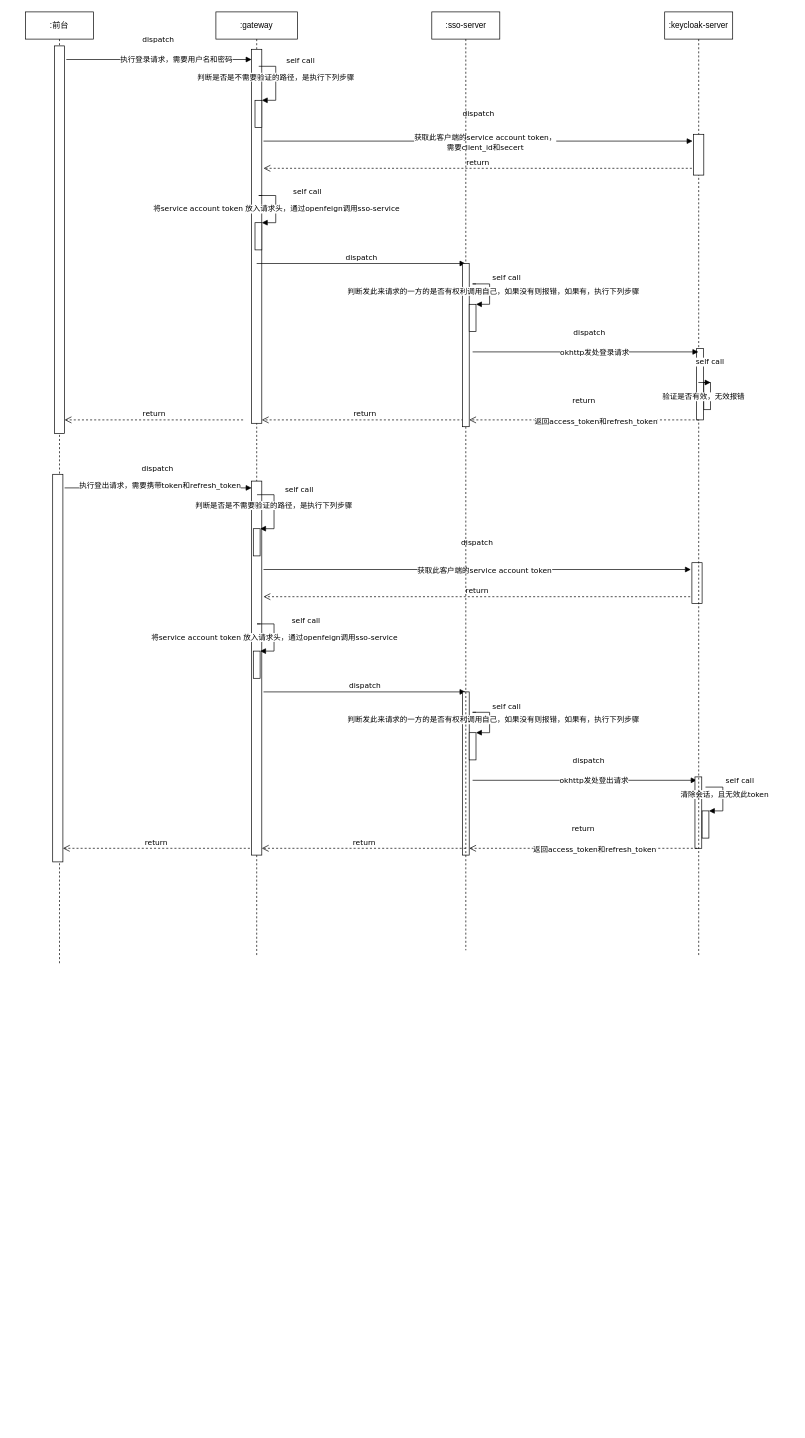
Above: auth-micro/1. 登录和登出接口.drawio in wanlinMa-163/uml (draw.io), before the change. Source tidied: cells renumbered, new cells numbered last; positions are measured from the earlier drawing's top-left corner, leaving out a move shared by most shapes. Both pictures are drawn from the tidied source at 68%, with x=0, y=0 at pixel (25, 12).
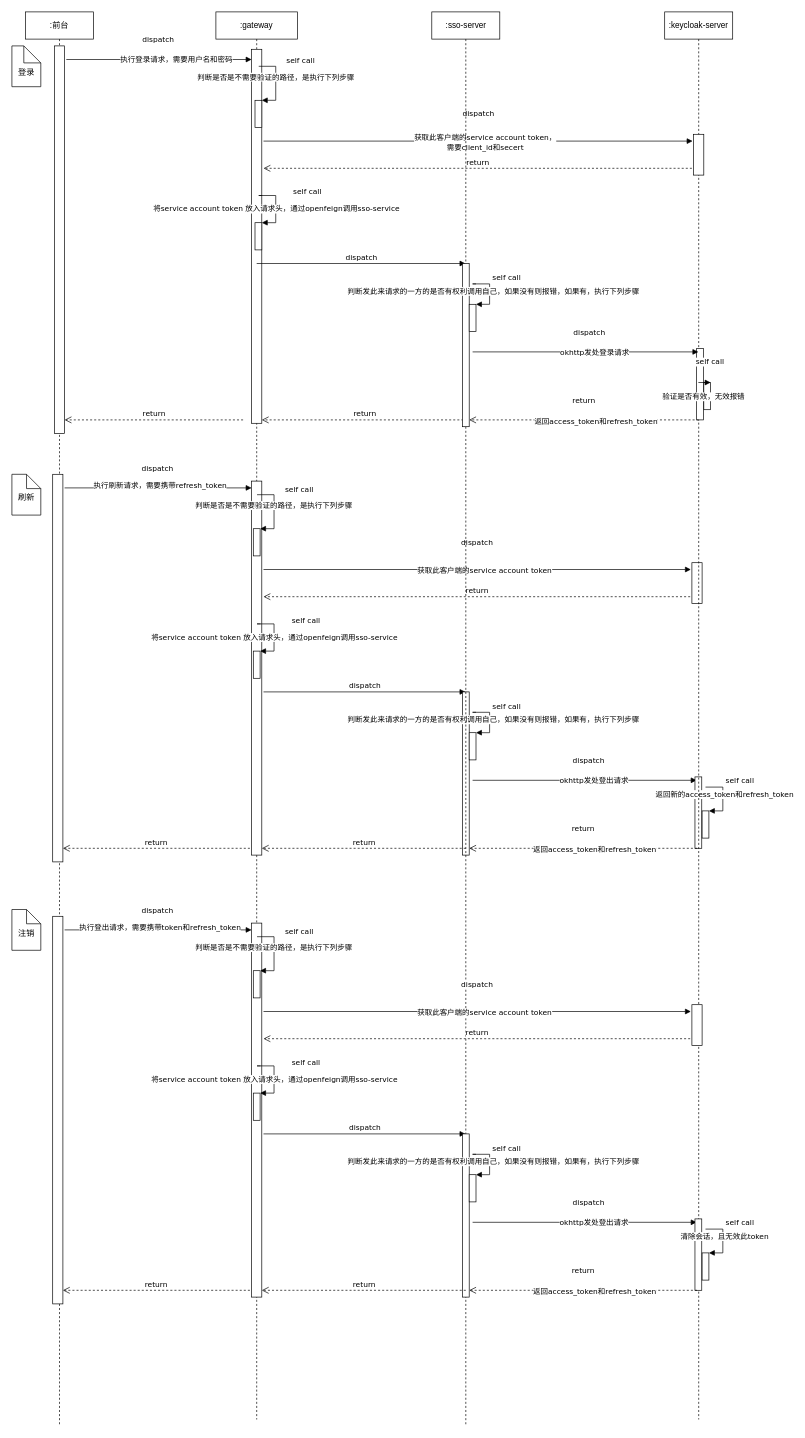
After the change.

Commit message (it also covers changes not shown here):
Update 1. 登录和登出接口.drawio

The change refers to these unchanged cells:
```xml
<mxCell id="17" value="dispatch" style="html=1;verticalAlign=bottom;endArrow=block;fontFamily=Verdana;" parent="6" edge="1" target="20">
  <mxGeometry x="-0.01" y="20" relative="1" as="geometry">
    <mxPoint x="-222.5" y="700" as="sourcePoint" />
  </mxGeometry>
</mxCell>
<mxCell id="39" value="self call" style="edgeStyle=orthogonalEdgeStyle;html=1;align=left;spacingLeft=2;endArrow=block;rounded=0;entryX=1;entryY=0;fontFamily=Verdana;" parent="6" edge="1" target="38">
  <mxGeometry x="-0.23" y="15" relative="1" as="geometry">
    <mxPoint x="720" y="1140" as="sourcePoint" />
    <Array as="points">
      <mxPoint x="745.5" y="1140" />
      <mxPoint x="745.5" y="1175" />
    </Array>
    <mxPoint x="-15" y="-15" as="offset" />
  </mxGeometry>
</mxCell>
```

What changed in the source:
```diff
@@
     <mxCell id="2" value=":前台" style="shape=umlLifeline;perimeter=lifelinePerimeter;whiteSpace=wrap;html=1;" parent="1" vertex="1">
-      <mxGeometry width="100" height="1400" as="geometry" />
+      <mxGeometry width="100" height="2080" as="geometry" />
     </mxCell>
@@
     <mxCell id="6" value=":gateway" style="shape=umlLifeline;perimeter=lifelinePerimeter;whiteSpace=wrap;html=1;" parent="1" vertex="1">
-      <mxGeometry x="280" width="120" height="1390" as="geometry" />
+      <mxGeometry x="280" width="120" height="2070" as="geometry" />
     </mxCell>
@@
-    <mxCell id="18" value="执行登出请求，需要携带token和refresh_token" style="edgeLabel;html=1;align=center;verticalAlign=middle;fontFamily=Verdana;" parent="17" vertex="1">
+    <mxCell id="18" value="执行刷新请求，需要携带refresh_token" style="edgeLabel;html=1;align=center;verticalAlign=middle;fontFamily=Verdana;" parent="17" vertex="1">
       <mxGeometry x="0.18" y="1" relative="1" as="geometry">
         <mxPoint x="-22.5" y="-4" as="offset" />
       </mxGeometry>
     </mxCell>
@@
-    <mxCell id="40" value="清除会话，且无效此token" style="edgeLabel;html=1;align=center;verticalAlign=middle;fontFamily=Verdana;" parent="39" vertex="1">
+    <mxCell id="40" value="返回新的access_token和refresh_token" style="edgeLabel;html=1;align=center;verticalAlign=middle;fontFamily=Verdana;" parent="39" vertex="1">
       <mxGeometry x="-0.22" y="2" relative="1" as="geometry">
         <mxPoint y="3.5" as="offset" />
       </mxGeometry>
     </mxCell>
@@
     <mxCell id="46" value=":keycloak-server" style="shape=umlLifeline;perimeter=lifelinePerimeter;whiteSpace=wrap;html=1;outlineConnect=0;" parent="1" vertex="1">
-      <mxGeometry x="940" width="100" height="1390" as="geometry" />
+      <mxGeometry x="940" width="100" height="2070" as="geometry" />
     </mxCell>
@@
     <mxCell id="57" value=":sso-server" style="shape=umlLifeline;perimeter=lifelinePerimeter;whiteSpace=wrap;html=1;outlineConnect=0;" parent="1" vertex="1">
-      <mxGeometry x="597.5" width="100" height="1380" as="geometry" />
+      <mxGeometry x="597.5" width="100" height="2080" as="geometry" />
     </mxCell>
@@
+    <mxCell id="64" value="dispatch" style="html=1;verticalAlign=bottom;endArrow=block;fontFamily=Verdana;" parent="1" edge="1" target="67">
+      <mxGeometry x="-0.01" y="20" relative="1" as="geometry">
+        <mxPoint x="57.5" y="1350" as="sourcePoint" />
+      </mxGeometry>
+    </mxCell>
+    <mxCell id="65" value="执行登出请求，需要携带token和refresh_token" style="edgeLabel;html=1;align=center;verticalAlign=middle;fontFamily=Verdana;" parent="64" vertex="1">
+      <mxGeometry x="0.18" y="1" relative="1" as="geometry">
+        <mxPoint x="-22.5" y="-4" as="offset" />
+      </mxGeometry>
+    </mxCell>
+    <mxCell id="66" style="html=1;points=[];perimeter=orthogonalPerimeter;" parent="1" vertex="1">
+      <mxGeometry x="40" y="1330" width="15" height="570" as="geometry" />
+    </mxCell>
+    <mxCell id="67" style="html=1;points=[];perimeter=orthogonalPerimeter;" parent="1" vertex="1">
+      <mxGeometry x="332.5" y="1340" width="15" height="550" as="geometry" />
+    </mxCell>
+    <mxCell id="68" style="html=1;points=[];perimeter=orthogonalPerimeter;fontFamily=Verdana;" parent="1" vertex="1">
+      <mxGeometry x="335" y="1410" width="10" height="40" as="geometry" />
+    </mxCell>
+    <mxCell id="69" value="self call" style="edgeStyle=orthogonalEdgeStyle;html=1;align=left;spacingLeft=2;endArrow=block;rounded=0;entryX=1;entryY=0;fontFamily=Verdana;" parent="1" edge="1" target="68">
+      <mxGeometry x="-0.23" y="23" relative="1" as="geometry">
+        <mxPoint x="340.5" y="1360" as="sourcePoint" />
+        <Array as="points">
+          <mxPoint x="365.5" y="1360" />
+        </Array>
+        <mxPoint x="-11" y="-20" as="offset" />
+      </mxGeometry>
+    </mxCell>
+    <mxCell id="70" value="判断是否是不需要验证的路径，是执行下列步骤" style="edgeLabel;html=1;align=center;verticalAlign=middle;fontFamily=Verdana;" parent="69" vertex="1">
+      <mxGeometry x="-0.16" y="-1" relative="1" as="geometry" />
+    </mxCell>
+    <mxCell id="71" value="dispatch" style="html=1;verticalAlign=bottom;endArrow=block;fontFamily=Verdana;" parent="1" edge="1">
+      <mxGeometry y="31" relative="1" as="geometry">
+        <mxPoint x="350" y="1470" as="sourcePoint" />
+        <mxPoint x="978.5" y="1470" as="targetPoint" />
+      </mxGeometry>
+    </mxCell>
+    <mxCell id="72" value="获取此客户端的service account token" style="edgeLabel;html=1;align=center;verticalAlign=middle;fontFamily=Verdana;" parent="71" vertex="1">
+      <mxGeometry x="0.03" y="-1" relative="1" as="geometry" />
+    </mxCell>
+    <mxCell id="73" style="html=1;points=[];perimeter=orthogonalPerimeter;fontFamily=Verdana;" parent="1" vertex="1">
+      <mxGeometry x="335" y="1590" width="10" height="40" as="geometry" />
+    </mxCell>
+    <mxCell id="74" value="self call" style="edgeStyle=orthogonalEdgeStyle;html=1;align=left;spacingLeft=2;endArrow=block;rounded=0;entryX=1;entryY=0;fontFamily=Verdana;" parent="1" edge="1" target="73">
+      <mxGeometry x="-0.23" y="24" relative="1" as="geometry">
+        <mxPoint x="345.5" y="1550" as="sourcePoint" />
+        <Array as="points">
+          <mxPoint x="340.5" y="1550" />
+          <mxPoint x="365.5" y="1550" />
+          <mxPoint x="365.5" y="1600" />
+        </Array>
+        <mxPoint x="-2" y="-10" as="offset" />
+      </mxGeometry>
+    </mxCell>
+    <mxCell id="75" value="将service account token 放入请求头，通过openfeign调用sso-service" style="edgeLabel;html=1;align=center;verticalAlign=middle;fontFamily=Verdana;" parent="74" vertex="1">
+      <mxGeometry x="-0.18" relative="1" as="geometry">
+        <mxPoint y="12.8" as="offset" />
+      </mxGeometry>
+    </mxCell>
+    <mxCell id="76" value="dispatch" style="html=1;verticalAlign=bottom;endArrow=block;fontFamily=Verdana;" parent="1" edge="1">
+      <mxGeometry relative="1" as="geometry">
+        <mxPoint x="350" y="1650" as="sourcePoint" />
+        <mxPoint x="647" y="1650" as="targetPoint" />
+      </mxGeometry>
+    </mxCell>
+    <mxCell id="77" style="html=1;points=[];perimeter=orthogonalPerimeter;fontFamily=Verdana;" parent="1" vertex="1">
+      <mxGeometry x="642.5" y="1650" width="10" height="240" as="geometry" />
+    </mxCell>
+    <mxCell id="78" style="html=1;points=[];perimeter=orthogonalPerimeter;fontFamily=Verdana;" parent="1" vertex="1">
+      <mxGeometry x="652.5" y="1710" width="10" height="40" as="geometry" />
+    </mxCell>
+    <mxCell id="79" value="self call" style="edgeStyle=orthogonalEdgeStyle;html=1;align=left;spacingLeft=2;endArrow=block;rounded=0;entryX=1;entryY=0;fontFamily=Verdana;" parent="1" edge="1" target="78">
+      <mxGeometry x="-0.23" y="-10" relative="1" as="geometry">
+        <mxPoint x="662.5" y="1680" as="sourcePoint" />
+        <Array as="points">
+          <mxPoint x="657.5" y="1680" />
+          <mxPoint x="682.5" y="1680" />
+          <mxPoint x="682.5" y="1710" />
+        </Array>
+        <mxPoint x="10" y="-10" as="offset" />
+      </mxGeometry>
+    </mxCell>
+    <mxCell id="80" value="判断发此来请求的一方的是否有权利调用自己，如果没有则报错，如果有，执行下列步骤" style="edgeLabel;html=1;align=center;verticalAlign=middle;fontFamily=Verdana;" parent="79" vertex="1">
+      <mxGeometry x="-0.19" relative="1" as="geometry">
+        <mxPoint x="5" y="8.8" as="offset" />
+      </mxGeometry>
+    </mxCell>
+    <mxCell id="81" value="dispatch" style="html=1;verticalAlign=bottom;endArrow=block;fontFamily=Verdana;" parent="1" edge="1">
+      <mxGeometry x="0.03" y="20" relative="1" as="geometry">
+        <mxPoint x="657.5" y="1780" as="sourcePoint" />
+        <mxPoint x="987" y="1780" as="targetPoint" />
+      </mxGeometry>
+    </mxCell>
+    <mxCell id="82" value="okhttp发处登出请求" style="edgeLabel;html=1;align=center;verticalAlign=middle;fontFamily=Verdana;" parent="81" vertex="1">
+      <mxGeometry x="0.08" relative="1" as="geometry" />
+    </mxCell>
+    <mxCell id="83" style="html=1;perimeter=orthogonalPerimeter;" parent="1" vertex="1">
+      <mxGeometry x="980" y="1460" width="15" height="60" as="geometry" />
+    </mxCell>
+    <mxCell id="84" style="html=1;perimeter=orthogonalPerimeter;fontFamily=Verdana;" parent="1" vertex="1">
+      <mxGeometry x="984.5" y="1775" width="10" height="105" as="geometry" />
+    </mxCell>
+    <mxCell id="85" style="html=1;points=[];perimeter=orthogonalPerimeter;fontFamily=Verdana;" parent="1" vertex="1">
+      <mxGeometry x="995" y="1825" width="10" height="40" as="geometry" />
+    </mxCell>
+    <mxCell id="86" value="self call" style="edgeStyle=orthogonalEdgeStyle;html=1;align=left;spacingLeft=2;endArrow=block;rounded=0;entryX=1;entryY=0;fontFamily=Verdana;" parent="1" edge="1" target="85">
+      <mxGeometry x="-0.23" y="15" relative="1" as="geometry">
+        <mxPoint x="1000" y="1790" as="sourcePoint" />
+        <Array as="points">
+          <mxPoint x="1025.5" y="1790" />
+          <mxPoint x="1025.5" y="1825" />
+        </Array>
+        <mxPoint x="-15" y="-15" as="offset" />
+      </mxGeometry>
+    </mxCell>
+    <mxCell id="87" value="清除会话，且无效此token" style="edgeLabel;html=1;align=center;verticalAlign=middle;fontFamily=Verdana;" parent="86" vertex="1">
+      <mxGeometry x="-0.22" y="2" relative="1" as="geometry">
+        <mxPoint y="3.5" as="offset" />
+      </mxGeometry>
+    </mxCell>
+    <mxCell id="88" value="return" style="html=1;verticalAlign=bottom;endArrow=open;dashed=1;endSize=8;fontFamily=Verdana;" parent="1" edge="1">
+      <mxGeometry relative="1" as="geometry">
+        <mxPoint x="977.5" y="1510" as="sourcePoint" />
+        <mxPoint x="350" y="1510" as="targetPoint" />
+      </mxGeometry>
+    </mxCell>
+    <mxCell id="89" value="return" style="html=1;verticalAlign=bottom;endArrow=open;dashed=1;endSize=8;fontFamily=Verdana;" parent="1" edge="1" target="77">
+      <mxGeometry y="-20" relative="1" as="geometry">
+        <mxPoint x="987.5" y="1880" as="sourcePoint" />
+      </mxGeometry>
+    </mxCell>
+    <mxCell id="90" value="返回access_token和refresh_token" style="edgeLabel;html=1;align=center;verticalAlign=middle;fontFamily=Verdana;" parent="89" vertex="1">
+      <mxGeometry x="-0.1" y="1" relative="1" as="geometry" />
+    </mxCell>
+    <mxCell id="91" value="return" style="html=1;verticalAlign=bottom;endArrow=open;dashed=1;endSize=8;fontFamily=Verdana;" parent="1" edge="1" target="67">
+      <mxGeometry relative="1" as="geometry">
+        <mxPoint x="647.5" y="1880" as="sourcePoint" />
+      </mxGeometry>
+    </mxCell>
+    <mxCell id="92" value="return" style="html=1;verticalAlign=bottom;endArrow=open;dashed=1;endSize=8;fontFamily=Verdana;" parent="1" edge="1" target="66">
+      <mxGeometry relative="1" as="geometry">
+        <mxPoint x="330" y="1880" as="sourcePoint" />
+      </mxGeometry>
+    </mxCell>
+    <mxCell id="93" value="登录" style="shape=note2;boundedLbl=1;whiteSpace=wrap;html=1;size=25;verticalAlign=top;align=center;fontFamily=Verdana;" parent="1" vertex="1">
+      <mxGeometry x="-20" y="50" width="42.5" height="60" as="geometry" />
+    </mxCell>
+    <mxCell id="94" value="刷新" style="shape=note2;boundedLbl=1;whiteSpace=wrap;html=1;size=21;verticalAlign=top;align=center;fontFamily=Verdana;" parent="1" vertex="1">
+      <mxGeometry x="-20" y="680" width="42.5" height="60" as="geometry" />
+    </mxCell>
+    <mxCell id="95" value="注销" style="shape=note2;boundedLbl=1;whiteSpace=wrap;html=1;size=21;verticalAlign=top;align=center;fontFamily=Verdana;" parent="1" vertex="1">
+      <mxGeometry x="-20" y="1320" width="42.5" height="60" as="geometry" />
+    </mxCell>
```
